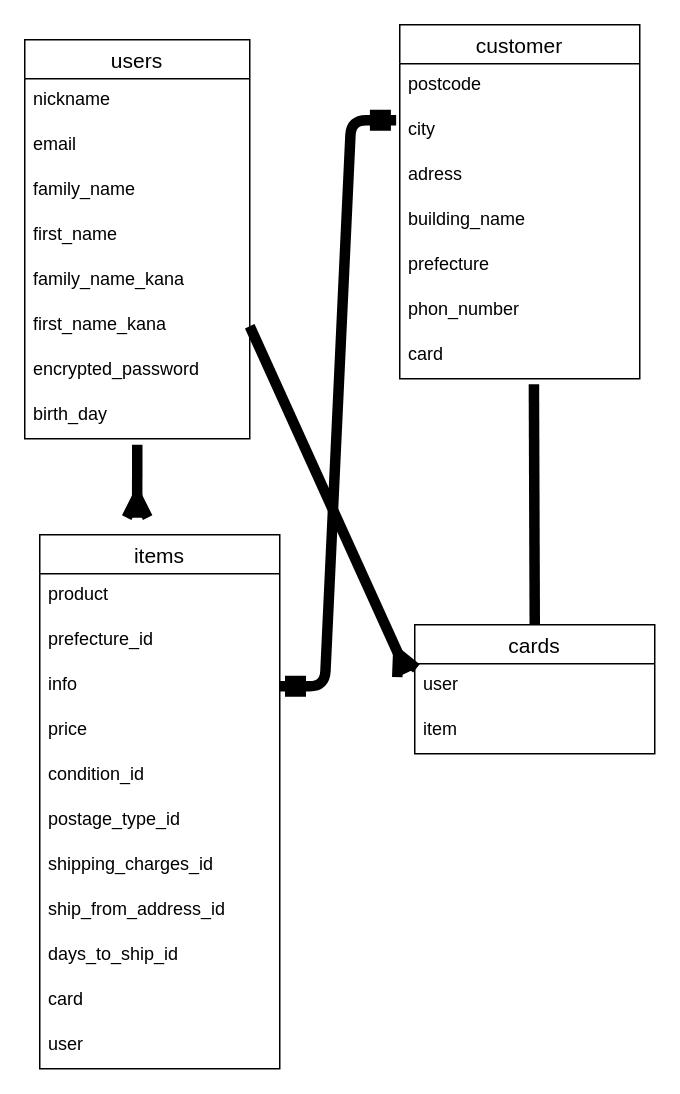
This is config/readme.dio from tya-suke/furima-38764, a draw.io file, before an edit. Source tidied: cells renumbered, new cells numbered last; positions are measured from the earlier drawing's top-left corner, leaving out a move shared by most shapes. Both pictures are drawn from the tidied source at 150%, with x=0, y=0 at pixel (24, 24).
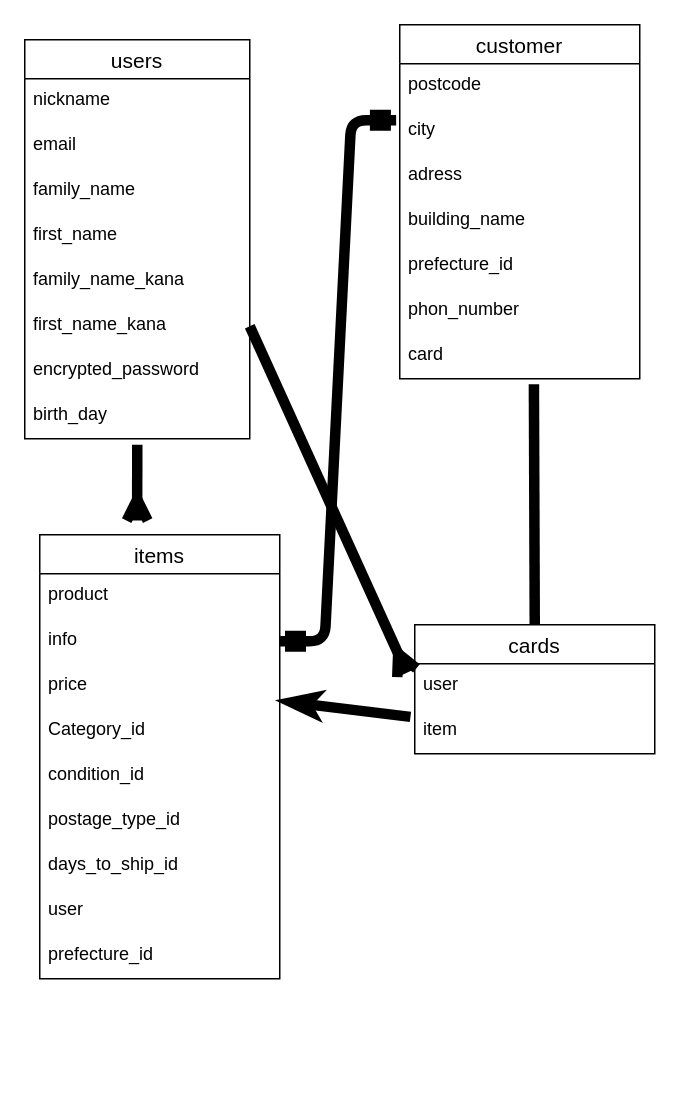
After the change.

Unchanged cells that the change refers to:
```xml
<mxCell id="23" value="customer" style="swimlane;fontStyle=0;horizontal=1;startSize=26;align=center;fontSize=14;" parent="1" vertex="1">
  <mxGeometry x="250" width="160" height="236" as="geometry" />
</mxCell>
<mxCell id="33" value="item" style="text;strokeColor=none;fillColor=none;spacingLeft=4;spacingRight=4;overflow=hidden;points=[[0,0.5],[1,0.5]];portConstraint=eastwest;fontSize=12;" parent="31" vertex="1">
  <mxGeometry y="56" width="160" height="30" as="geometry" />
</mxCell>
```

Change to the diagram source:
```diff
@@
     <mxCell id="11" value="items" style="swimlane;fontStyle=0;horizontal=1;startSize=26;align=center;fontSize=14;rounded=0;" parent="1" vertex="1">
-      <mxGeometry x="10" y="340" width="160" height="356" as="geometry" />
+      <mxGeometry x="10" y="340" width="160" height="296" as="geometry" />
     </mxCell>
@@
-    <mxCell id="13" value="prefecture_id" style="text;strokeColor=none;fillColor=none;spacingLeft=4;spacingRight=4;overflow=hidden;fontSize=12;rounded=0;" parent="11" vertex="1">
-      <mxGeometry y="56" width="160" height="30" as="geometry" />
-    </mxCell>
     <mxCell id="14" value="info" style="text;strokeColor=none;fillColor=none;spacingLeft=4;spacingRight=4;overflow=hidden;points=[[0,0.5],[1,0.5]];portConstraint=eastwest;fontSize=12;" parent="11" vertex="1">
-      <mxGeometry y="86" width="160" height="30" as="geometry" />
+      <mxGeometry y="56" width="160" height="30" as="geometry" />
     </mxCell>
     <mxCell id="15" value="price" style="text;strokeColor=none;fillColor=none;spacingLeft=4;spacingRight=4;overflow=hidden;points=[[0,0.5],[1,0.5]];portConstraint=eastwest;fontSize=12;rounded=0;" parent="11" vertex="1">
-      <mxGeometry y="116" width="160" height="30" as="geometry" />
+      <mxGeometry y="86" width="160" height="30" as="geometry" />
     </mxCell>
+    <mxCell id="38" value="Category_id " style="text;strokeColor=none;fillColor=none;spacingLeft=4;spacingRight=4;overflow=hidden;fontSize=12;" parent="11" vertex="1">
+      <mxGeometry y="116" width="160" height="30" as="geometry" />
+    </mxCell>
@@
-    <mxCell id="18" value="shipping_charges_id " style="text;strokeColor=none;fillColor=none;spacingLeft=4;spacingRight=4;overflow=hidden;fontSize=12;" parent="11" vertex="1">
-      <mxGeometry y="206" width="160" height="30" as="geometry" />
-    </mxCell>
-    <mxCell id="19" value="ship_from_address_id" style="text;strokeColor=none;fillColor=none;spacingLeft=4;spacingRight=4;overflow=hidden;fontSize=12;" parent="11" vertex="1">
-      <mxGeometry y="236" width="160" height="30" as="geometry" />
-    </mxCell>
     <mxCell id="20" value="days_to_ship_id  " style="text;strokeColor=none;fillColor=none;spacingLeft=4;spacingRight=4;overflow=hidden;fontSize=12;" parent="11" vertex="1">
-      <mxGeometry y="266" width="160" height="30" as="geometry" />
+      <mxGeometry y="206" width="160" height="30" as="geometry" />
     </mxCell>
-    <mxCell id="21" value="card " style="text;strokeColor=none;fillColor=none;spacingLeft=4;spacingRight=4;overflow=hidden;fontSize=12;" parent="11" vertex="1">
-      <mxGeometry y="296" width="160" height="30" as="geometry" />
-    </mxCell>
     <mxCell id="22" value="user  " style="text;strokeColor=none;fillColor=none;spacingLeft=4;spacingRight=4;overflow=hidden;fontSize=12;" parent="11" vertex="1">
-      <mxGeometry y="326" width="160" height="30" as="geometry" />
+      <mxGeometry y="236" width="160" height="30" as="geometry" />
     </mxCell>
+    <mxCell id="13" value="prefecture_id" style="text;strokeColor=none;fillColor=none;spacingLeft=4;spacingRight=4;overflow=hidden;fontSize=12;rounded=0;" parent="11" vertex="1">
+      <mxGeometry y="266" width="160" height="30" as="geometry" />
+    </mxCell>
@@
-    <mxCell id="28" value="prefecture" style="text;strokeColor=none;fillColor=none;spacingLeft=4;spacingRight=4;overflow=hidden;fontSize=12;" parent="23" vertex="1">
+    <mxCell id="28" value="prefecture_id" style="text;strokeColor=none;fillColor=none;spacingLeft=4;spacingRight=4;overflow=hidden;fontSize=12;" parent="23" vertex="1">
       <mxGeometry y="146" width="160" height="30" as="geometry" />
     </mxCell>
@@
+    <mxCell id="39" style="edgeStyle=none;html=1;endArrow=classicThin;endFill=1;strokeWidth=7;exitX=-0.018;exitY=0.18;exitDx=0;exitDy=0;exitPerimeter=0;" parent="1" edge="1" source="33" target="15">
+      <mxGeometry relative="1" as="geometry" />
+    </mxCell>
```
